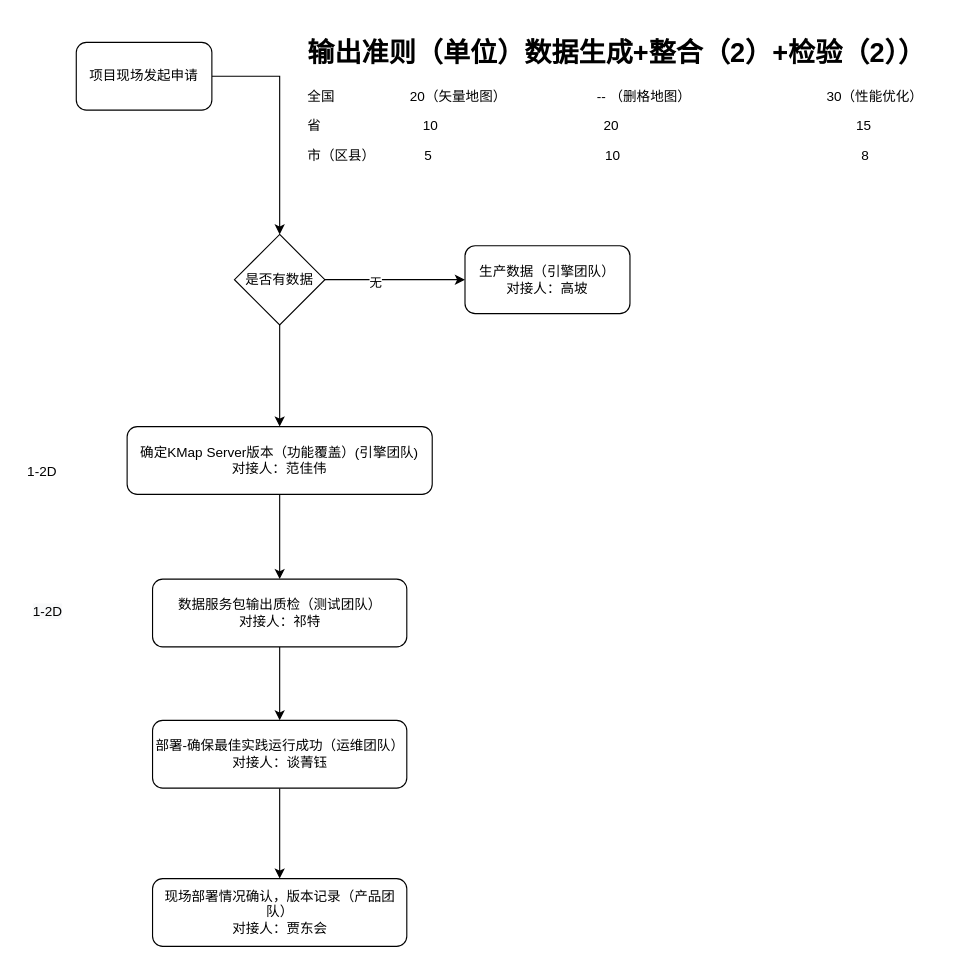
blueshu/DygraphSupport keeps this draw.io diagram as page "部署流程" (2 of 3) of Untitled Diagram.drawio. Above is the earlier version. Source tidied: cells renumbered, new cells numbered last; positions are measured from the earlier drawing's top-left corner, leaving out a move shared by most shapes. Both pictures are drawn from the tidied source at 113%, with x=0, y=0 at pixel (19, 31).
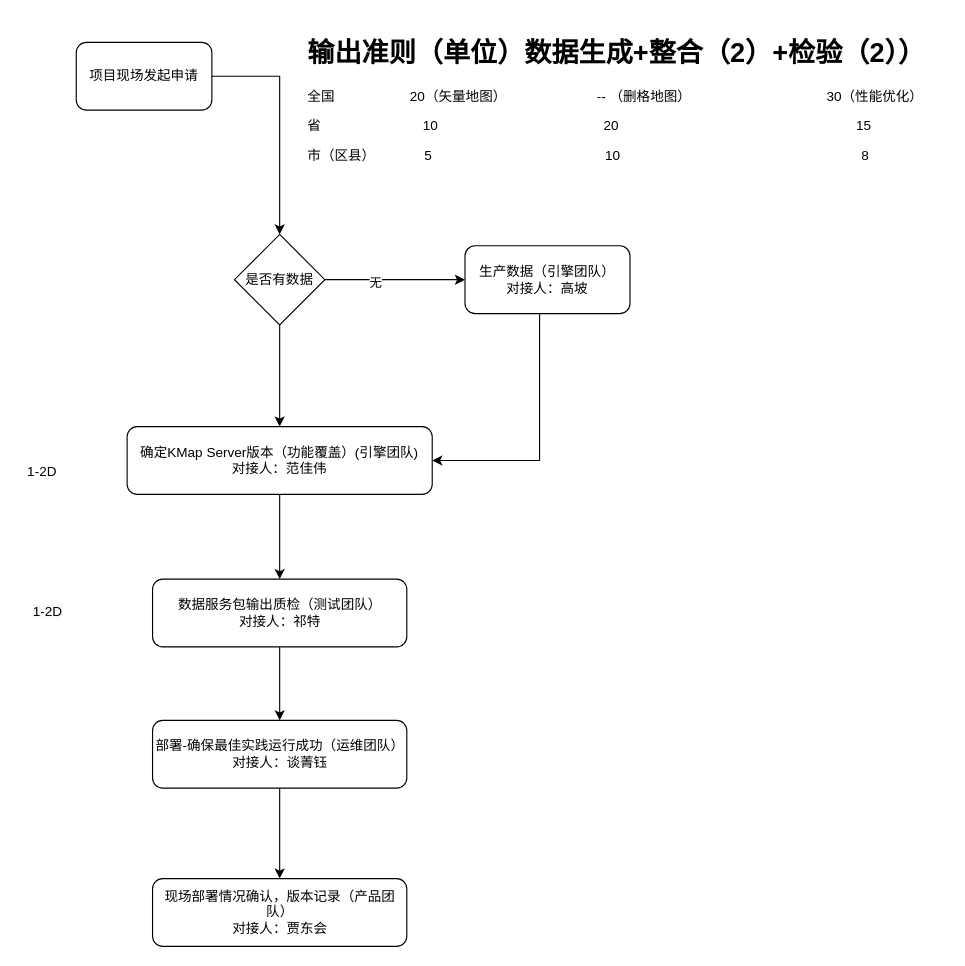
Above is the later version.

The change refers to these unchanged cells:
```xml
<mxCell id="9" value="生产数据（引擎团队）&lt;br&gt;对接人：高坡" style="rounded=1;whiteSpace=wrap;html=1;" parent="1" vertex="1">
  <mxGeometry x="394" y="190" width="146" height="60" as="geometry" />
</mxCell>
<mxCell id="11" value="确定KMap Server版本（功能覆盖）(引擎团队)&lt;br&gt;对接人：范佳伟" style="rounded=1;whiteSpace=wrap;html=1;" parent="1" vertex="1">
  <mxGeometry x="95" y="350" width="270" height="60" as="geometry" />
</mxCell>
```

What changed in the source:
```diff
@@
+    <mxCell id="19" style="edgeStyle=orthogonalEdgeStyle;rounded=0;jettySize=auto;html=1;entryX=1;entryY=0.5;entryDx=0;entryDy=0;" parent="1" edge="1" source="9" target="11">
+      <mxGeometry relative="1" as="geometry">
+        <Array as="points">
+          <mxPoint x="460" y="380" />
+        </Array>
+      </mxGeometry>
+    </mxCell>
```
